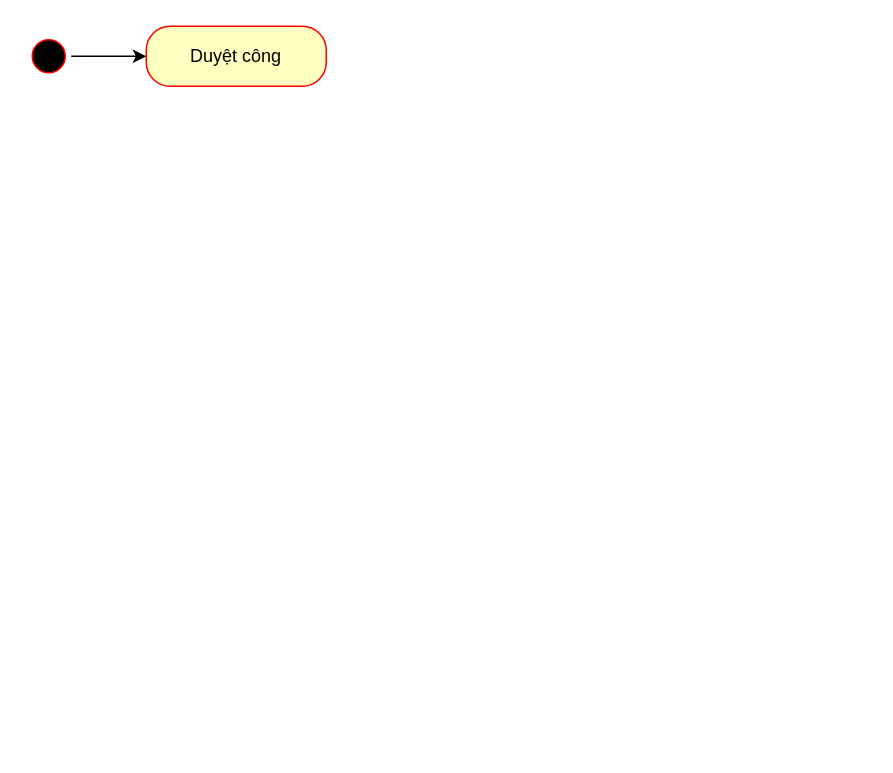
Earlier version of the draw.io diagram Sơ đồ hoạt động UC duyệt công.drawio (HaojackYT/DAA_SA). Source tidied: cells renumbered, new cells numbered last; positions are measured from the earlier drawing's top-left corner, leaving out a move shared by most shapes. Both pictures are drawn from the tidied source at 150%, with x=0, y=0 at pixel (26, 26).
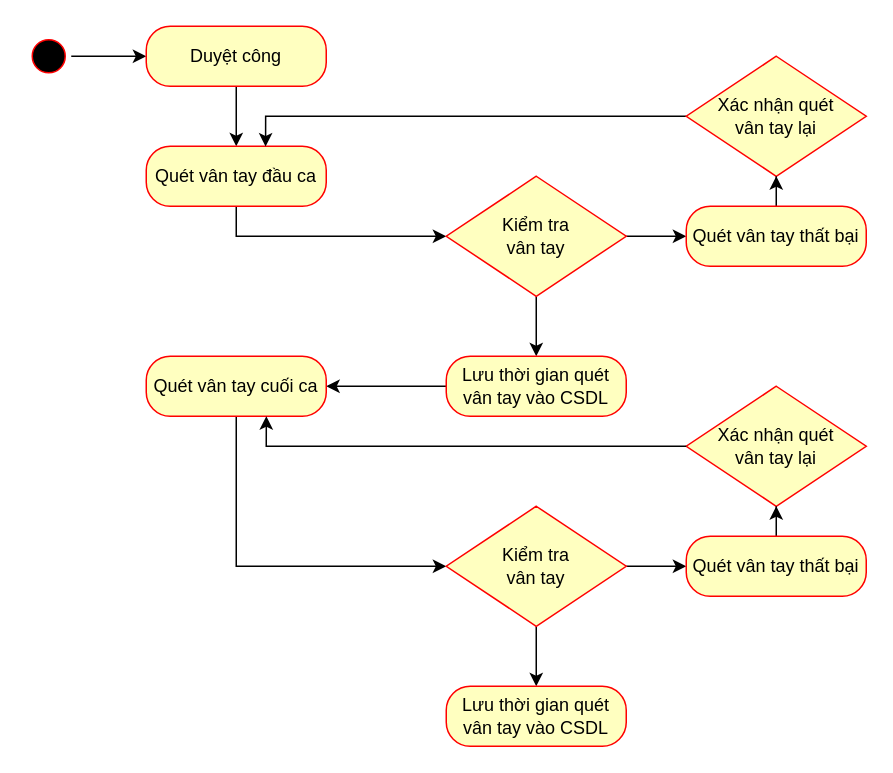
The same diagram, later.

The change refers to these unchanged cells:
```xml
<mxCell id="4" value="Duyệt công" style="rounded=1;whiteSpace=wrap;html=1;arcSize=40;fontColor=#000000;fillColor=#ffffc0;strokeColor=#ff0000;" parent="1" vertex="1">
  <mxGeometry x="80" width="120" height="40" as="geometry" />
</mxCell>
```

Diff of the diagram source:
```diff
@@
+    <mxCell id="5" style="edgeStyle=orthogonalEdgeStyle;rounded=0;jettySize=auto;html=1;" parent="1" edge="1" source="4" target="7">
+      <mxGeometry relative="1" as="geometry" />
+    </mxCell>
@@
+    <mxCell id="6" style="edgeStyle=orthogonalEdgeStyle;rounded=0;jettySize=auto;html=1;entryX=0;entryY=0.5;entryDx=0;entryDy=0;" parent="1" edge="1" source="7" target="10">
+      <mxGeometry relative="1" as="geometry">
+        <Array as="points">
+          <mxPoint x="140" y="140" />
+        </Array>
+      </mxGeometry>
+    </mxCell>
+    <mxCell id="7" value="Quét vân tay đầu ca" style="rounded=1;whiteSpace=wrap;html=1;arcSize=40;fontColor=#000000;fillColor=#ffffc0;strokeColor=#ff0000;" parent="1" vertex="1">
+      <mxGeometry x="80" y="80" width="120" height="40" as="geometry" />
+    </mxCell>
+    <mxCell id="8" style="edgeStyle=orthogonalEdgeStyle;rounded=0;jettySize=auto;html=1;" parent="1" edge="1" source="10" target="14">
+      <mxGeometry relative="1" as="geometry" />
+    </mxCell>
+    <mxCell id="9" style="edgeStyle=orthogonalEdgeStyle;rounded=0;jettySize=auto;html=1;" parent="1" edge="1" source="10" target="16">
+      <mxGeometry relative="1" as="geometry" />
+    </mxCell>
+    <mxCell id="10" value="Kiểm tra&lt;br&gt;vân tay" style="rhombus;whiteSpace=wrap;html=1;fontColor=#000000;fillColor=#ffffc0;strokeColor=#ff0000;" parent="1" vertex="1">
+      <mxGeometry x="280" y="100" width="120" height="80" as="geometry" />
+    </mxCell>
+    <mxCell id="11" style="edgeStyle=orthogonalEdgeStyle;rounded=0;jettySize=auto;html=1;entryX=0.663;entryY=0.005;entryDx=0;entryDy=0;entryPerimeter=0;exitX=0;exitY=0.5;exitDx=0;exitDy=0;" parent="1" edge="1" source="12" target="7">
+      <mxGeometry relative="1" as="geometry">
+        <Array as="points">
+          <mxPoint x="160" y="60" />
+        </Array>
+      </mxGeometry>
+    </mxCell>
+    <mxCell id="12" value="Xác nhận quét&lt;br&gt;vân tay lại" style="rhombus;whiteSpace=wrap;html=1;fontColor=#000000;fillColor=#ffffc0;strokeColor=#FF0000;" parent="1" vertex="1">
+      <mxGeometry x="440" y="20" width="120" height="80" as="geometry" />
+    </mxCell>
+    <mxCell id="13" style="edgeStyle=orthogonalEdgeStyle;rounded=0;jettySize=auto;html=1;" parent="1" edge="1" source="14" target="12">
+      <mxGeometry relative="1" as="geometry" />
+    </mxCell>
+    <mxCell id="14" value="Quét vân tay thất bại" style="rounded=1;whiteSpace=wrap;html=1;arcSize=40;fontColor=#000000;fillColor=#ffffc0;strokeColor=#ff0000;" parent="1" vertex="1">
+      <mxGeometry x="440" y="120" width="120" height="40" as="geometry" />
+    </mxCell>
+    <mxCell id="15" style="edgeStyle=orthogonalEdgeStyle;rounded=0;jettySize=auto;html=1;" parent="1" edge="1" source="16">
+      <mxGeometry relative="1" as="geometry">
+        <mxPoint x="200" y="240" as="targetPoint" />
+        <Array as="points">
+          <mxPoint x="200" y="240" />
+          <mxPoint x="200" y="240" />
+        </Array>
+      </mxGeometry>
+    </mxCell>
+    <mxCell id="16" value="Lưu thời gian quét vân tay vào CSDL" style="rounded=1;whiteSpace=wrap;html=1;arcSize=40;fontColor=#000000;fillColor=#ffffc0;strokeColor=#ff0000;" parent="1" vertex="1">
+      <mxGeometry x="280" y="220" width="120" height="40" as="geometry" />
+    </mxCell>
+    <mxCell id="17" style="edgeStyle=orthogonalEdgeStyle;rounded=0;jettySize=auto;html=1;entryX=0;entryY=0.5;entryDx=0;entryDy=0;" parent="1" edge="1" source="18" target="21">
+      <mxGeometry relative="1" as="geometry">
+        <Array as="points">
+          <mxPoint x="140" y="360" />
+        </Array>
+      </mxGeometry>
+    </mxCell>
+    <mxCell id="18" value="Quét vân tay cuối ca" style="rounded=1;whiteSpace=wrap;html=1;arcSize=40;fontColor=#000000;fillColor=#ffffc0;strokeColor=#ff0000;" parent="1" vertex="1">
+      <mxGeometry x="80" y="220" width="120" height="40" as="geometry" />
+    </mxCell>
+    <mxCell id="19" style="edgeStyle=orthogonalEdgeStyle;rounded=0;jettySize=auto;html=1;" parent="1" edge="1" source="21" target="24">
+      <mxGeometry relative="1" as="geometry" />
+    </mxCell>
+    <mxCell id="20" style="edgeStyle=orthogonalEdgeStyle;rounded=0;jettySize=auto;html=1;" parent="1" edge="1" source="21" target="25">
+      <mxGeometry relative="1" as="geometry" />
+    </mxCell>
+    <mxCell id="21" value="Kiểm tra&lt;br&gt;vân tay" style="rhombus;whiteSpace=wrap;html=1;fontColor=#000000;fillColor=#ffffc0;strokeColor=#ff0000;" parent="1" vertex="1">
+      <mxGeometry x="280" y="320" width="120" height="80" as="geometry" />
+    </mxCell>
+    <mxCell id="22" value="Xác nhận quét&lt;br&gt;vân tay lại" style="rhombus;whiteSpace=wrap;html=1;fontColor=#000000;fillColor=#ffffc0;strokeColor=#FF0000;" parent="1" vertex="1">
+      <mxGeometry x="440" y="240" width="120" height="80" as="geometry" />
+    </mxCell>
+    <mxCell id="23" style="edgeStyle=orthogonalEdgeStyle;rounded=0;jettySize=auto;html=1;" parent="1" edge="1" source="24" target="22">
+      <mxGeometry relative="1" as="geometry" />
+    </mxCell>
+    <mxCell id="24" value="Quét vân tay thất bại" style="rounded=1;whiteSpace=wrap;html=1;arcSize=40;fontColor=#000000;fillColor=#ffffc0;strokeColor=#ff0000;" parent="1" vertex="1">
+      <mxGeometry x="440" y="340" width="120" height="40" as="geometry" />
+    </mxCell>
+    <mxCell id="25" value="Lưu thời gian quét vân tay vào CSDL" style="rounded=1;whiteSpace=wrap;html=1;arcSize=40;fontColor=#000000;fillColor=#ffffc0;strokeColor=#ff0000;" parent="1" vertex="1">
+      <mxGeometry x="280" y="440" width="120" height="40" as="geometry" />
+    </mxCell>
+    <mxCell id="26" style="edgeStyle=orthogonalEdgeStyle;rounded=0;jettySize=auto;html=1;entryX=0.667;entryY=1;entryDx=0;entryDy=0;entryPerimeter=0;" parent="1" edge="1" source="22" target="18">
+      <mxGeometry relative="1" as="geometry" />
+    </mxCell>
```
